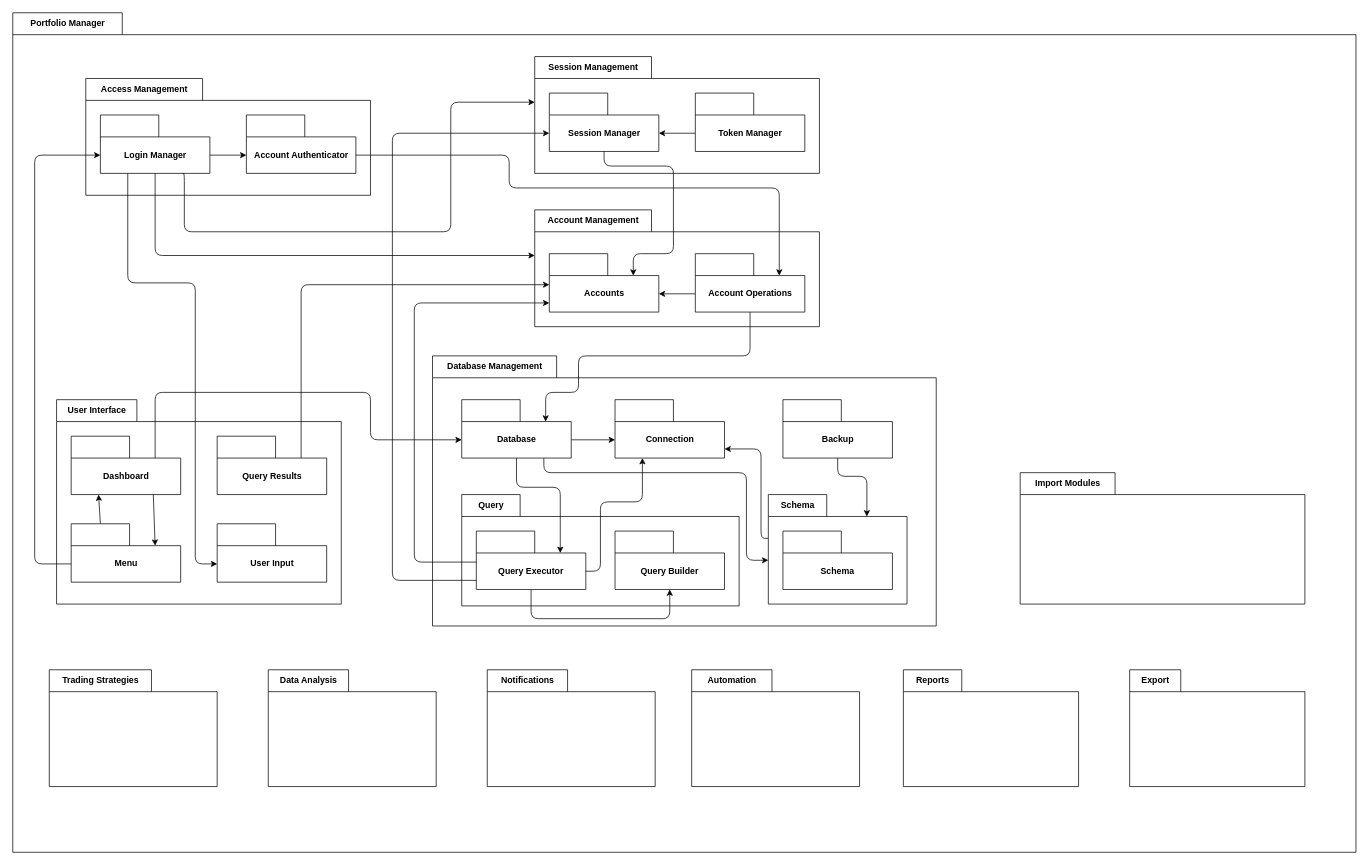
Earlier version of the draw.io diagram documentation/uml_package_diagram.drawio (kevanoullio/portfolio-manager). Source tidied: cells renumbered, new cells numbered last; positions are measured from the earlier drawing's top-left corner, leaving out a move shared by most shapes. Both pictures are drawn from the tidied source at 73%, with x=0, y=0 at pixel (12, 12).
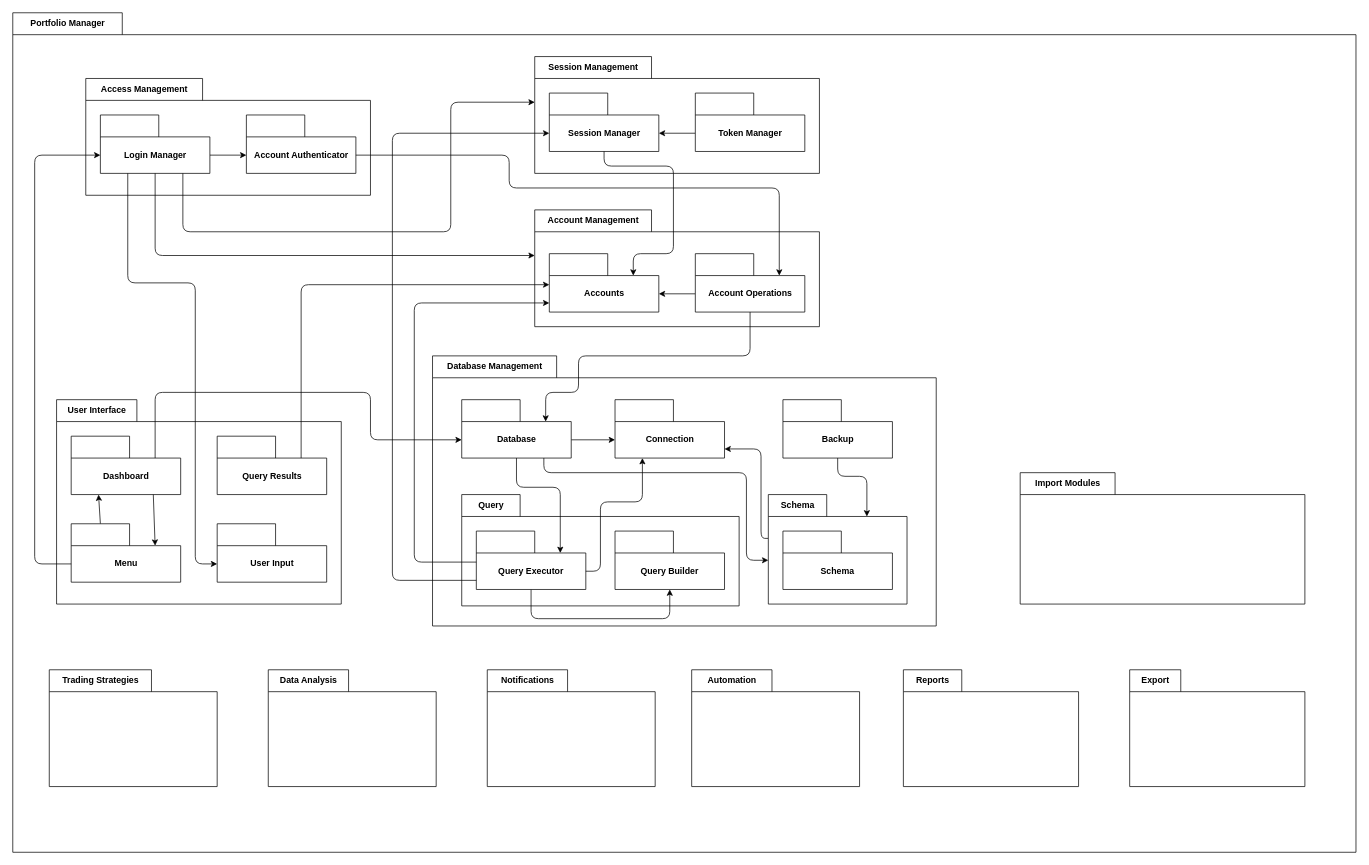
The same diagram, later.

Unchanged cells that the change refers to:
```xml
<mxCell id="2" value="Portfolio Manager" style="shape=folder;fontStyle=1;tabWidth=150;tabHeight=30;tabPosition=left;html=1;boundedLbl=1;labelInHeader=1;" parent="1" vertex="1">
  <mxGeometry width="1840" height="1150" as="geometry" />
</mxCell>
<mxCell id="3" value="Session Management" style="shape=folder;fontStyle=1;tabWidth=160;tabHeight=30;tabPosition=left;html=1;boundedLbl=1;labelInHeader=1;" parent="2" vertex="1">
  <mxGeometry x="715" y="60" width="390" height="160" as="geometry" />
</mxCell>
<mxCell id="22" value="Login Manager" style="shape=folder;fontStyle=1;tabWidth=80;tabHeight=30;tabPosition=left;html=1;boundedLbl=1;" parent="20" vertex="1">
  <mxGeometry x="20" y="50" width="150" height="80" as="geometry" />
</mxCell>
```

Diff of the diagram source:
```diff
@@
-    <mxCell id="32" style="edgeStyle=orthogonalEdgeStyle;rounded=1;jettySize=auto;html=1;exitX=0.75;exitY=1;exitDx=0;exitDy=0;exitPerimeter=0;entryX=0;entryY=0;entryDx=0;entryDy=62.5;entryPerimeter=0;" parent="2" edge="1" source="22" target="3">
+    <mxCell id="32" style="edgeStyle=orthogonalEdgeStyle;rounded=1;jettySize=auto;html=1;entryX=0;entryY=0;entryDx=0;entryDy=62.5;entryPerimeter=0;" parent="2" edge="1" target="3">
       <mxGeometry relative="1" as="geometry">
+        <mxPoint x="233" y="220" as="sourcePoint" />
         <Array as="points">
-          <mxPoint x="235" y="220" />
-          <mxPoint x="235" y="300" />
+          <mxPoint x="233" y="300" />
           <mxPoint x="600" y="300" />
           <mxPoint x="600" y="123" />
         </Array>
       </mxGeometry>
     </mxCell>
```
